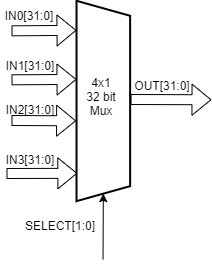
The draw.io diagram images/hardware_units/mux/4x1_mux.png in cepdnaclk/e16-co502-RV32IM-pipeline-implementation-group1, before a commit. Source tidied: cells renumbered, new cells last; positions are measured from the earlier drawing's top-left corner, leaving out a move shared by most shapes.
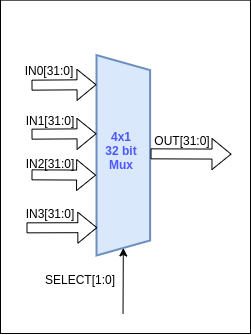
After the change.

Diff of the diagram source:
```diff
@@ -2,62 +2,68 @@
   <root>
     <mxCell id="0" />
     <mxCell id="1" parent="0" />
-    <mxCell id="2" style="shape=trapezoid;perimeter=trapezoidPerimeter;whiteSpace=wrap;html=1;fixedSize=1;rotation=90;size=15;strokeWidth=2;" parent="1" vertex="1">
-      <mxGeometry x="2.6" y="68.7" width="200.3" height="53.6" as="geometry" />
+    <mxCell id="2" style="group;" parent="1" vertex="1">
+      <mxGeometry x="2.6" y="68.7" width="250" height="333.3" as="geometry" />
     </mxCell>
-    <mxCell id="3" style="shape=flexArrow;endArrow=classic;html=1;" parent="1" edge="1">
-      <mxGeometry relative="1" as="geometry">
-        <mxPoint x="11" y="25.3" as="sourcePoint" />
-        <mxPoint x="76" y="24.8" as="targetPoint" />
-      </mxGeometry>
+    <mxCell id="3" style="rounded=0;whiteSpace=wrap;html=1;" parent="2" vertex="1">
+      <mxGeometry width="250" height="333.3" as="geometry" />
     </mxCell>
-    <mxCell id="4" style="shape=flexArrow;endArrow=classic;html=1;" parent="1" edge="1">
-      <mxGeometry relative="1" as="geometry">
-        <mxPoint x="11" y="74.3" as="sourcePoint" />
-        <mxPoint x="76" y="73.9" as="targetPoint" />
-      </mxGeometry>
+    <mxCell id="4" style="shape=trapezoid;perimeter=trapezoidPerimeter;whiteSpace=wrap;html=1;fixedSize=1;rotation=90;size=15;strokeWidth=2;fillColor=#dae8fc;strokeColor=#6c8ebf;" parent="2" vertex="1">
+      <mxGeometry x="22.6" y="128.4" width="200.3" height="53.6" as="geometry" />
     </mxCell>
-    <mxCell id="5" style="shape=flexArrow;endArrow=classic;html=1;" parent="1" edge="1">
+    <mxCell id="5" style="shape=flexArrow;endArrow=classic;html=1;" parent="2" edge="1">
       <mxGeometry relative="1" as="geometry">
-        <mxPoint x="130" y="94" as="sourcePoint" />
-        <mxPoint x="211" y="94.3" as="targetPoint" />
+        <mxPoint x="31" y="85" as="sourcePoint" />
+        <mxPoint x="96" y="84.5" as="targetPoint" />
       </mxGeometry>
     </mxCell>
-    <mxCell id="6" style="endArrow=classic;html=1;entryX=1;entryY=0.5;entryDx=0;entryDy=0;" parent="1" edge="1" target="2">
+    <mxCell id="6" style="shape=flexArrow;endArrow=classic;html=1;" parent="2" edge="1">
       <mxGeometry relative="1" as="geometry">
-        <mxPoint x="102.5" y="254" as="sourcePoint" />
+        <mxPoint x="31" y="134" as="sourcePoint" />
+        <mxPoint x="96" y="133.6" as="targetPoint" />
       </mxGeometry>
     </mxCell>
-    <mxCell id="7" value="IN0[31:0]" style="text;html=1;strokeColor=none;fillColor=none;align=center;verticalAlign=middle;whiteSpace=wrap;rounded=0;" parent="1" vertex="1">
-      <mxGeometry y="0.3" width="57.7" height="20" as="geometry" />
+    <mxCell id="7" style="shape=flexArrow;endArrow=classic;html=1;" parent="2" edge="1">
+      <mxGeometry relative="1" as="geometry">
+        <mxPoint x="150" y="153.7" as="sourcePoint" />
+        <mxPoint x="231" y="154" as="targetPoint" />
+      </mxGeometry>
     </mxCell>
-    <mxCell id="8" value="IN1[31:0]" style="text;html=1;strokeColor=none;fillColor=none;align=center;verticalAlign=middle;whiteSpace=wrap;rounded=0;" parent="1" vertex="1">
-      <mxGeometry x="1.1" y="50.3" width="57.7" height="20" as="geometry" />
+    <mxCell id="8" style="endArrow=classic;html=1;entryX=1;entryY=0.5;entryDx=0;entryDy=0;" parent="2" edge="1" target="4">
+      <mxGeometry relative="1" as="geometry">
+        <mxPoint x="122.5" y="313.7" as="sourcePoint" />
+      </mxGeometry>
     </mxCell>
-    <mxCell id="9" value="SELECT[1:0]" style="text;html=1;strokeColor=none;fillColor=none;align=center;verticalAlign=middle;whiteSpace=wrap;rounded=0;" parent="1" vertex="1">
-      <mxGeometry x="31" y="209.6" width="57.7" height="20" as="geometry" />
+    <mxCell id="9" value="IN0[31:0]" style="text;html=1;strokeColor=none;fillColor=none;align=center;verticalAlign=middle;whiteSpace=wrap;rounded=0;" parent="2" vertex="1">
+      <mxGeometry x="20" y="60" width="57.7" height="20" as="geometry" />
     </mxCell>
-    <mxCell id="10" value="OUT[31:0]" style="text;html=1;strokeColor=none;fillColor=none;align=center;verticalAlign=middle;whiteSpace=wrap;rounded=0;" parent="1" vertex="1">
-      <mxGeometry x="133.3" y="70.3" width="57.7" height="20" as="geometry" />
+    <mxCell id="10" value="IN1[31:0]" style="text;html=1;strokeColor=none;fillColor=none;align=center;verticalAlign=middle;whiteSpace=wrap;rounded=0;" parent="2" vertex="1">
+      <mxGeometry x="21.1" y="110" width="57.7" height="20" as="geometry" />
     </mxCell>
-    <mxCell id="11" value="4x1&lt;br&gt;32 bit&lt;br&gt;Mux" style="text;html=1;strokeColor=none;fillColor=none;align=center;verticalAlign=middle;whiteSpace=wrap;rounded=0;" parent="1" vertex="1">
-      <mxGeometry x="81" y="66.3" width="40" height="49" as="geometry" />
+    <mxCell id="11" value="SELECT[1:0]" style="text;html=1;strokeColor=none;fillColor=none;align=center;verticalAlign=middle;whiteSpace=wrap;rounded=0;" parent="2" vertex="1">
+      <mxGeometry x="51" y="269.3" width="57.7" height="20" as="geometry" />
     </mxCell>
-    <mxCell id="12" style="shape=flexArrow;endArrow=classic;html=1;entryX=0.599;entryY=1.008;entryDx=0;entryDy=0;entryPerimeter=0;" parent="1" edge="1" target="2">
-      <mxGeometry relative="1" as="geometry">
-        <mxPoint x="11" y="115" as="sourcePoint" />
-      </mxGeometry>
+    <mxCell id="12" value="OUT[31:0]" style="text;html=1;strokeColor=none;fillColor=none;align=center;verticalAlign=middle;whiteSpace=wrap;rounded=0;" parent="2" vertex="1">
+      <mxGeometry x="153.3" y="130" width="57.7" height="20" as="geometry" />
     </mxCell>
-    <mxCell id="13" style="shape=flexArrow;endArrow=classic;html=1;entryX=0.861;entryY=0.985;entryDx=0;entryDy=0;entryPerimeter=0;" parent="1" edge="1" target="2">
-      <mxGeometry relative="1" as="geometry">
-        <mxPoint x="6" y="168" as="sourcePoint" />
-      </mxGeometry>
+    <mxCell id="13" value="&lt;font color=&quot;#4d58ff&quot;&gt;&lt;b&gt;4x1&lt;br&gt;32 bit&lt;br&gt;Mux&lt;/b&gt;&lt;/font&gt;" style="text;html=1;strokeColor=none;fillColor=none;align=center;verticalAlign=middle;whiteSpace=wrap;rounded=0;" parent="2" vertex="1">
+      <mxGeometry x="101" y="125.9" width="40" height="49" as="geometry" />
     </mxCell>
-    <mxCell id="14" value="IN2[31:0]" style="text;html=1;strokeColor=none;fillColor=none;align=center;verticalAlign=middle;whiteSpace=wrap;rounded=0;" parent="1" vertex="1">
-      <mxGeometry x="1" y="94" width="57.7" height="20" as="geometry" />
+    <mxCell id="14" style="shape=flexArrow;endArrow=classic;html=1;entryX=0.599;entryY=1.008;entryDx=0;entryDy=0;entryPerimeter=0;" parent="2" edge="1" target="4">
+      <mxGeometry relative="1" as="geometry">
+        <mxPoint x="31" y="174.7" as="sourcePoint" />
+      </mxGeometry>
     </mxCell>
-    <mxCell id="15" value="IN3[31:0]" style="text;html=1;strokeColor=none;fillColor=none;align=center;verticalAlign=middle;whiteSpace=wrap;rounded=0;" parent="1" vertex="1">
-      <mxGeometry x="1" y="144" width="57.7" height="20" as="geometry" />
+    <mxCell id="15" style="shape=flexArrow;endArrow=classic;html=1;entryX=0.861;entryY=0.985;entryDx=0;entryDy=0;entryPerimeter=0;" parent="2" edge="1" target="4">
+      <mxGeometry relative="1" as="geometry">
+        <mxPoint x="26" y="227.7" as="sourcePoint" />
+      </mxGeometry>
     </mxCell>
+    <mxCell id="16" value="IN2[31:0]" style="text;html=1;strokeColor=none;fillColor=none;align=center;verticalAlign=middle;whiteSpace=wrap;rounded=0;" parent="2" vertex="1">
+      <mxGeometry x="21" y="153.7" width="57.7" height="20" as="geometry" />
+    </mxCell>
+    <mxCell id="17" value="IN3[31:0]" style="text;html=1;strokeColor=none;fillColor=none;align=center;verticalAlign=middle;whiteSpace=wrap;rounded=0;" parent="2" vertex="1">
+      <mxGeometry x="21" y="203.7" width="57.7" height="20" as="geometry" />
+    </mxCell>
   </root>
 </mxGraphModel>
```
